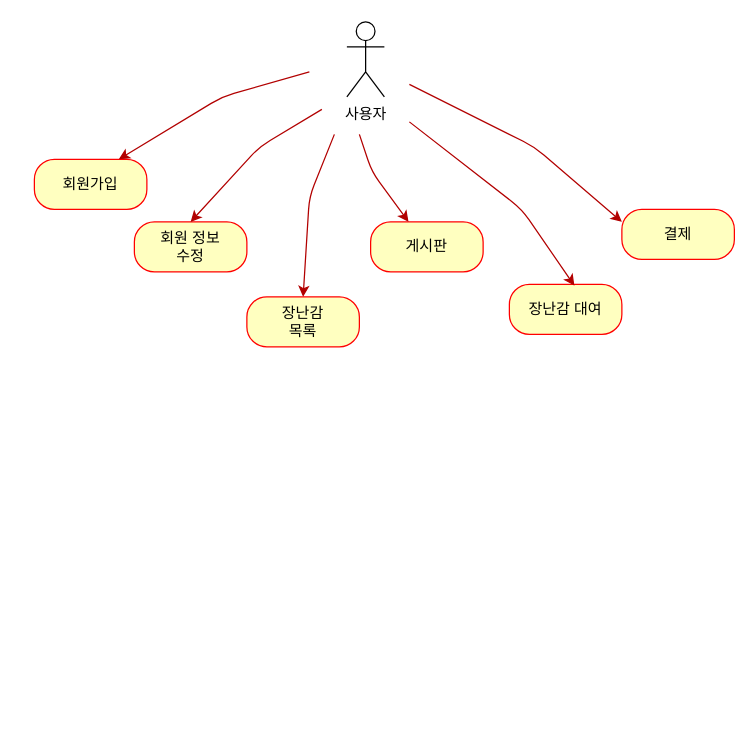
Before: Untitled Diagram.drawio in asdf394/1stProject, a draw.io diagram. Source tidied: cells renumbered, new cells numbered last; positions are measured from the earlier drawing's top-left corner, leaving out a move shared by most shapes. Both pictures are drawn from the tidied source at 125%, with x=0, y=0 at pixel (34, 21).
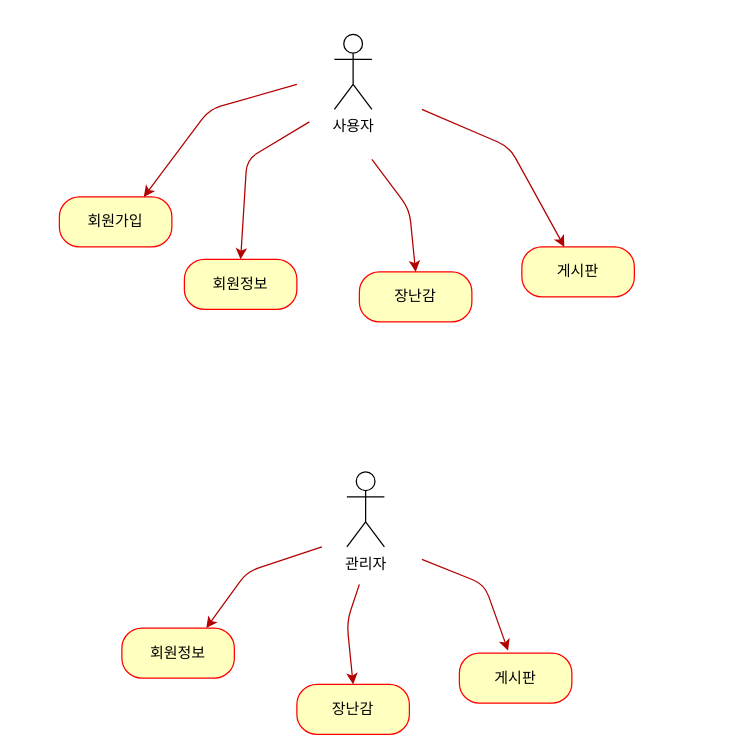
After the change.

The edit, as a diff of the source:
```diff
@@
-    <mxCell id="2" style="group;" parent="1" vertex="1">
-      <mxGeometry width="560" height="260" as="geometry" />
-    </mxCell>
-    <mxCell id="3" style="group;" parent="2" vertex="1">
-      <mxGeometry width="560" height="260" as="geometry" />
-    </mxCell>
+    <mxCell id="20" value="관리자" style="shape=umlActor;verticalLabelPosition=bottom;verticalAlign=top;html=1;" parent="1" vertex="1">
+      <mxGeometry x="250" y="360" width="30" height="60" as="geometry" />
+    </mxCell>
-    <mxCell id="4" style="group;" parent="3" vertex="1">
-      <mxGeometry width="560" height="260" as="geometry" />
+    <mxCell id="4" style="group;" parent="1" vertex="1">
+      <mxGeometry x="-10" y="10" width="560" height="260" as="geometry" />
     </mxCell>
@@
     <mxCell id="6" value="회원가입" style="rounded=1;whiteSpace=wrap;html=1;arcSize=40;fontColor=#000000;fillColor=#ffffc0;strokeColor=#ff0000;" parent="4" vertex="1">
-      <mxGeometry y="110" width="90" height="40" as="geometry" />
+      <mxGeometry x="30" y="130" width="90" height="40" as="geometry" />
     </mxCell>
-    <mxCell id="7" value="결제" style="rounded=1;whiteSpace=wrap;html=1;arcSize=40;fontColor=#000000;fillColor=#ffffc0;strokeColor=#ff0000;" parent="4" vertex="1">
-      <mxGeometry x="470" y="150" width="90" height="40" as="geometry" />
-    </mxCell>
-    <mxCell id="8" value="장난감 대여" style="rounded=1;whiteSpace=wrap;html=1;arcSize=40;fontColor=#000000;fillColor=#ffffc0;strokeColor=#ff0000;" parent="4" vertex="1">
-      <mxGeometry x="380" y="210" width="90" height="40" as="geometry" />
-    </mxCell>
     <mxCell id="9" value="게시판" style="rounded=1;whiteSpace=wrap;html=1;arcSize=40;fontColor=#000000;fillColor=#ffffc0;strokeColor=#ff0000;" parent="4" vertex="1">
-      <mxGeometry x="269" y="160" width="90" height="40" as="geometry" />
+      <mxGeometry x="400" y="170" width="90" height="40" as="geometry" />
     </mxCell>
-    <mxCell id="10" value="장난감&lt;br&gt;목록" style="rounded=1;whiteSpace=wrap;html=1;arcSize=40;fontColor=#000000;fillColor=#ffffc0;strokeColor=#ff0000;" parent="4" vertex="1">
-      <mxGeometry x="170" y="220" width="90" height="40" as="geometry" />
+    <mxCell id="10" value="장난감" style="rounded=1;whiteSpace=wrap;html=1;arcSize=40;fontColor=#000000;fillColor=#ffffc0;strokeColor=#ff0000;" parent="4" vertex="1">
+      <mxGeometry x="270" y="190" width="90" height="40" as="geometry" />
     </mxCell>
-    <mxCell id="11" value="회원 정보&lt;br&gt;수정" style="rounded=1;whiteSpace=wrap;html=1;arcSize=40;fontColor=#000000;fillColor=#ffffc0;strokeColor=#ff0000;" parent="4" vertex="1">
-      <mxGeometry x="80" y="160" width="90" height="40" as="geometry" />
+    <mxCell id="11" value="회원정보" style="rounded=1;whiteSpace=wrap;html=1;arcSize=40;fontColor=#000000;fillColor=#ffffc0;strokeColor=#ff0000;" parent="4" vertex="1">
+      <mxGeometry x="130" y="180" width="90" height="40" as="geometry" />
     </mxCell>
@@
     <mxCell id="14" style="endArrow=classic;html=1;fillColor=#e51400;strokeColor=#B20000;" parent="4" edge="1" target="9">
       <mxGeometry relative="1" as="geometry">
-        <mxPoint x="260" y="90" as="sourcePoint" />
+        <mxPoint x="320" y="60" as="sourcePoint" />
         <Array as="points">
-          <mxPoint x="270" y="120" />
+          <mxPoint x="390" y="90" />
         </Array>
       </mxGeometry>
     </mxCell>
-    <mxCell id="15" style="endArrow=classic;html=1;fillColor=#e51400;strokeColor=#B20000;entryX=0.578;entryY=0.025;entryDx=0;entryDy=0;entryPerimeter=0;" parent="4" edge="1" target="8">
-      <mxGeometry relative="1" as="geometry">
-        <mxPoint x="300" y="80" as="sourcePoint" />
-        <Array as="points">
-          <mxPoint x="390" y="150" />
-        </Array>
-      </mxGeometry>
-    </mxCell>
-    <mxCell id="16" style="endArrow=classic;html=1;fillColor=#e51400;strokeColor=#B20000;entryX=0;entryY=0.25;entryDx=0;entryDy=0;" parent="4" edge="1" target="7">
-      <mxGeometry relative="1" as="geometry">
-        <mxPoint x="300" y="50" as="sourcePoint" />
-        <Array as="points">
-          <mxPoint x="400" y="100" />
-        </Array>
-      </mxGeometry>
-    </mxCell>
     <mxCell id="17" style="endArrow=classic;html=1;fillColor=#e51400;strokeColor=#B20000;entryX=0.5;entryY=0;entryDx=0;entryDy=0;" parent="4" edge="1" target="10">
       <mxGeometry relative="1" as="geometry">
-        <mxPoint x="240" y="90" as="sourcePoint" />
+        <mxPoint x="280" y="100" as="sourcePoint" />
         <Array as="points">
-          <mxPoint x="220" y="140" />
+          <mxPoint x="310" y="140" />
         </Array>
       </mxGeometry>
     </mxCell>
+    <mxCell id="21" style="endArrow=classic;html=1;fillColor=#e51400;strokeColor=#B20000;entryX=0.75;entryY=0;entryDx=0;entryDy=0;" parent="1" edge="1" target="24">
+      <mxGeometry relative="1" as="geometry">
+        <mxPoint x="230" y="420" as="sourcePoint" />
+        <Array as="points">
+          <mxPoint x="170" y="440" />
+        </Array>
+      </mxGeometry>
+    </mxCell>
+    <mxCell id="22" style="endArrow=classic;html=1;fillColor=#e51400;strokeColor=#B20000;entryX=0.433;entryY=-0.05;entryDx=0;entryDy=0;entryPerimeter=0;" parent="1" edge="1" target="23">
+      <mxGeometry relative="1" as="geometry">
+        <mxPoint x="310" y="430" as="sourcePoint" />
+        <Array as="points">
+          <mxPoint x="360" y="450" />
+        </Array>
+      </mxGeometry>
+    </mxCell>
+    <mxCell id="23" value="게시판" style="rounded=1;whiteSpace=wrap;html=1;arcSize=40;fontColor=#000000;fillColor=#ffffc0;strokeColor=#ff0000;" parent="1" vertex="1">
+      <mxGeometry x="340" y="505" width="90" height="40" as="geometry" />
+    </mxCell>
+    <mxCell id="24" value="회원정보" style="rounded=1;whiteSpace=wrap;html=1;arcSize=40;fontColor=#000000;fillColor=#ffffc0;strokeColor=#ff0000;" parent="1" vertex="1">
+      <mxGeometry x="70" y="485" width="90" height="40" as="geometry" />
+    </mxCell>
+    <mxCell id="25" value="장난감" style="rounded=1;whiteSpace=wrap;html=1;arcSize=40;fontColor=#000000;fillColor=#ffffc0;strokeColor=#ff0000;" parent="1" vertex="1">
+      <mxGeometry x="210" y="530" width="90" height="40" as="geometry" />
+    </mxCell>
+    <mxCell id="26" style="endArrow=classic;html=1;fillColor=#e51400;strokeColor=#B20000;entryX=0.5;entryY=0;entryDx=0;entryDy=0;" parent="1" edge="1" target="25">
+      <mxGeometry relative="1" as="geometry">
+        <mxPoint x="260" y="450" as="sourcePoint" />
+        <Array as="points">
+          <mxPoint x="250" y="480" />
+        </Array>
+      </mxGeometry>
+    </mxCell>
```
